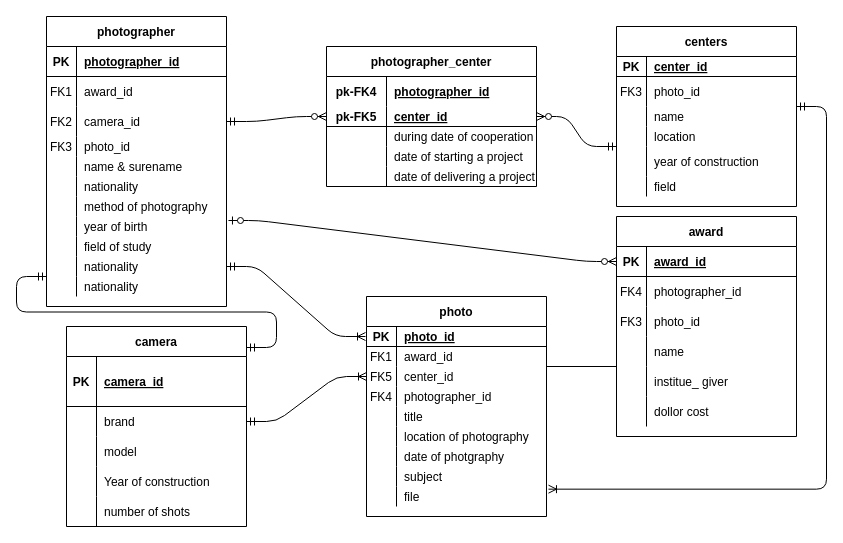
The draw.io diagram Untitled Diagram.drawio in sarahjef/python_project, before the edit. Source tidied: cells renumbered, new cells numbered last; positions are measured from the earlier drawing's top-left corner, leaving out a move shared by most shapes. Both pictures are drawn from the tidied source at 100%, with x=0, y=0 at pixel (46, 16).
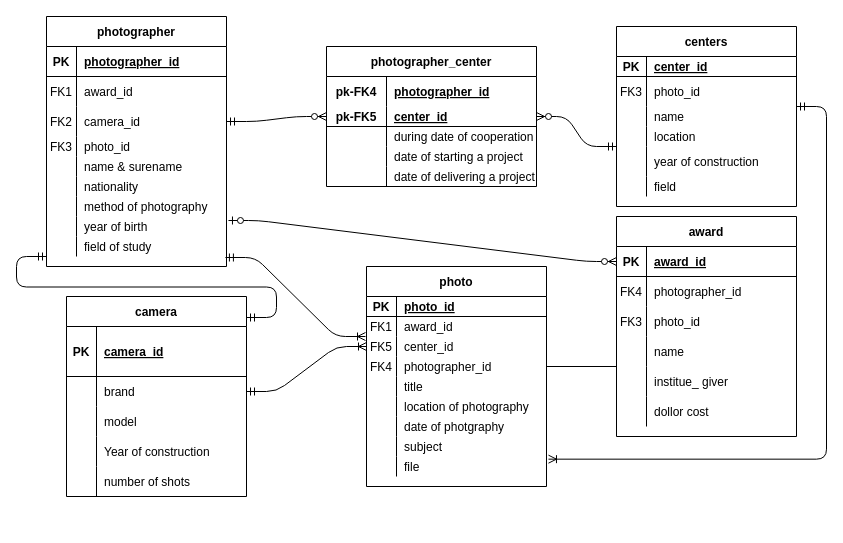
Above is the later version.

The change refers to these unchanged cells:
```xml
<mxCell id="27" style="shape=partialRectangle;fillColor=none;top=0;left=0;bottom=0;right=0;points=[[0,0.5],[1,0.5]];portConstraint=eastwest;" parent="2" vertex="1">
  <mxGeometry y="220" width="180" height="20" as="geometry" />
</mxCell>
```

The edit, as a diff of the source:
```diff
@@
     <mxCell id="2" value="photographer" style="shape=table;startSize=30;childLayout=tableLayout;rowLines=0;fontStyle=1;align=center;" parent="1" vertex="1">
-      <mxGeometry width="180" height="290" as="geometry" />
+      <mxGeometry width="180" height="250" as="geometry" />
     </mxCell>
@@
-    <mxCell id="30" style="shape=partialRectangle;fillColor=none;top=0;left=0;bottom=0;right=0;points=[[0,0.5],[1,0.5]];portConstraint=eastwest;" parent="2" vertex="1">
-      <mxGeometry y="240" width="180" height="20" as="geometry" />
-    </mxCell>
-    <mxCell id="31" style="shape=partialRectangle;fillColor=none;top=0;left=0;bottom=0;right=0;overflow=hidden;" parent="30" vertex="1">
-      <mxGeometry width="30" height="20" as="geometry" />
-    </mxCell>
-    <mxCell id="32" value="nationality" style="shape=partialRectangle;fillColor=none;top=0;left=0;bottom=0;right=0;align=left;spacingLeft=6;overflow=hidden;" parent="30" vertex="1">
-      <mxGeometry x="30" width="150" height="20" as="geometry" />
-    </mxCell>
-    <mxCell id="33" style="shape=partialRectangle;fillColor=none;top=0;left=0;bottom=0;right=0;" parent="2" vertex="1">
-      <mxGeometry y="260" width="180" height="20" as="geometry" />
-    </mxCell>
-    <mxCell id="34" style="shape=partialRectangle;fillColor=none;top=0;left=0;bottom=0;right=0;overflow=hidden;" parent="33" vertex="1">
-      <mxGeometry width="30" height="20" as="geometry" />
-    </mxCell>
-    <mxCell id="35" value="nationality" style="shape=partialRectangle;fillColor=none;top=0;left=0;bottom=0;right=0;align=left;spacingLeft=6;overflow=hidden;" parent="33" vertex="1">
-      <mxGeometry x="30" width="150" height="20" as="geometry" />
-    </mxCell>
     <mxCell id="36" value="camera" style="shape=table;startSize=30;childLayout=tableLayout;rowLines=0;fontStyle=1;align=center;" parent="1" vertex="1">
-      <mxGeometry x="20" y="310" width="180" height="200" as="geometry" />
+      <mxGeometry x="20" y="280" width="180" height="200" as="geometry" />
     </mxCell>
@@
     <mxCell id="71" value="photo" style="shape=table;startSize=30;childLayout=tableLayout;rowLines=0;fontStyle=1;align=center;" parent="1" vertex="1">
-      <mxGeometry x="320" y="280" width="180" height="220" as="geometry" />
+      <mxGeometry x="320" y="250" width="180" height="220" as="geometry" />
     </mxCell>
@@
-    <mxCell id="139" style="edgeStyle=entityRelationEdgeStyle;fontSize=12;html=1;endArrow=ERoneToMany;startArrow=ERmandOne;exitX=1;exitY=0.5;exitDx=0;exitDy=0;" parent="1" edge="1" source="30">
+    <mxCell id="139" style="edgeStyle=entityRelationEdgeStyle;fontSize=12;html=1;endArrow=ERoneToMany;startArrow=ERmandOne;exitX=0.994;exitY=1.05;exitDx=0;exitDy=0;exitPerimeter=0;" parent="1" edge="1" source="27">
       <mxGeometry relative="1" as="geometry">
         <mxPoint x="319" y="320" as="targetPoint" />
       </mxGeometry>
     </mxCell>
     <mxCell id="140" style="edgeStyle=entityRelationEdgeStyle;fontSize=12;html=1;endArrow=ERmandOne;startArrow=ERmandOne;exitX=1;exitY=0.105;exitDx=0;exitDy=0;exitPerimeter=0;" parent="1" edge="1" source="36">
       <mxGeometry relative="1" as="geometry">
-        <mxPoint y="260" as="targetPoint" />
+        <mxPoint y="240" as="targetPoint" />
       </mxGeometry>
     </mxCell>
```
